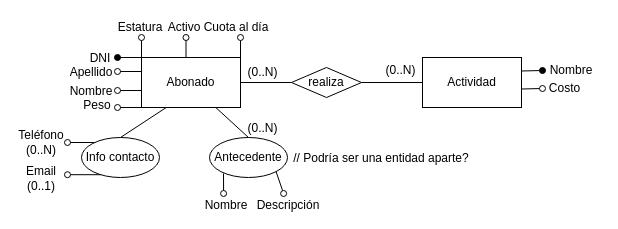
Above: page "Ejercicio 4" (4 of 9) of Práctica 1/Diagramas.drawio in joakospinelli/DBD (draw.io), before the change. Source tidied: cells renumbered, new cells numbered last; positions are measured from the earlier drawing's top-left corner, leaving out a move shared by most shapes. Both pictures are drawn from the tidied source at 100%, with x=0, y=0 at pixel (17, 17).
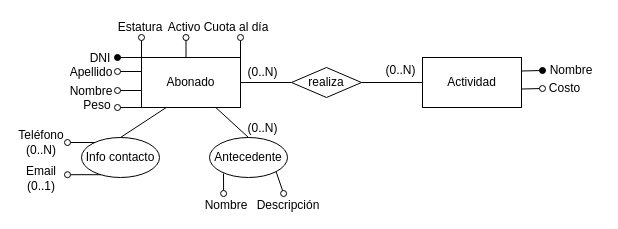
After the change.

Diff of the diagram source:
```diff
@@
-    <mxCell id="40" value="// Podría ser una entidad aparte?" style="text;html=1;strokeColor=none;fillColor=none;align=center;verticalAlign=middle;whiteSpace=wrap;rounded=0;" parent="1" vertex="1">
-      <mxGeometry x="269" y="126" width="190" height="30" as="geometry" />
-    </mxCell>
```
